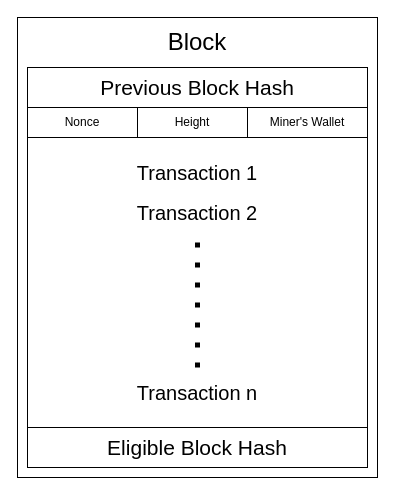
The draw.io diagram Diagrams/Block.drawio in MlgEpicBanana69/dreamveil, before the edit. Source tidied: cells renumbered, new cells numbered last; positions are measured from the earlier drawing's top-left corner, leaving out a move shared by most shapes. Both pictures are drawn from the tidied source at 100%, with x=0, y=0 at pixel (17, 17).
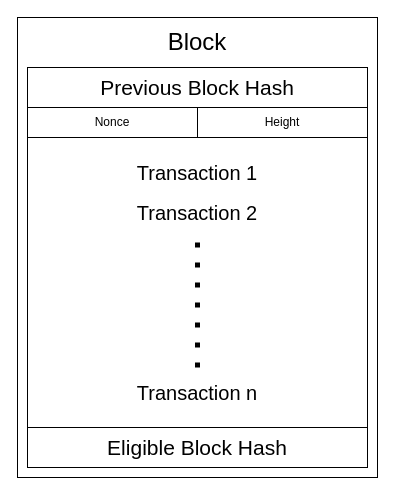
The same diagram, later.

Commit message (it also covers changes not shown here):
Corrected loads and dumps for Transaction and Block

What changed in the source:
```diff
@@
 <mxGraphModel>
   <root>
     <mxCell id="0" />
     <mxCell id="1" parent="0" />
     <mxCell id="2" style="rounded=0;whiteSpace=wrap;html=1;" parent="1" vertex="1">
       <mxGeometry width="360" height="460" as="geometry" />
     </mxCell>
     <mxCell id="3" style="rounded=0;whiteSpace=wrap;html=1;" parent="1" vertex="1">
       <mxGeometry x="10" y="70" width="340" height="340" as="geometry" />
     </mxCell>
     <mxCell id="4" value="Previous Block Hash" style="rounded=0;whiteSpace=wrap;html=1;fontSize=21;" parent="1" vertex="1">
       <mxGeometry x="10" y="50" width="340" height="40" as="geometry" />
     </mxCell>
     <mxCell id="5" value="Eligible Block Hash" style="rounded=0;whiteSpace=wrap;html=1;fontSize=21;" parent="1" vertex="1">
       <mxGeometry x="10" y="410" width="340" height="40" as="geometry" />
     </mxCell>
     <mxCell id="6" value="Transaction 1" style="text;html=1;strokeColor=none;fillColor=none;align=center;verticalAlign=middle;whiteSpace=wrap;rounded=0;fontSize=20;" parent="1" vertex="1">
       <mxGeometry x="80" y="130" width="200" height="50" as="geometry" />
     </mxCell>
     <mxCell id="7" value="Transaction 2" style="text;html=1;strokeColor=none;fillColor=none;align=center;verticalAlign=middle;whiteSpace=wrap;rounded=0;fontSize=20;" parent="1" vertex="1">
       <mxGeometry x="80" y="170" width="200" height="50" as="geometry" />
     </mxCell>
     <mxCell id="8" value="Transaction n" style="text;html=1;strokeColor=none;fillColor=none;align=center;verticalAlign=middle;whiteSpace=wrap;rounded=0;fontSize=20;" parent="1" vertex="1">
       <mxGeometry x="80" y="350" width="200" height="50" as="geometry" />
     </mxCell>
     <mxCell id="9" style="endArrow=none;dashed=1;html=1;dashPattern=1 3;strokeWidth=5;rounded=0;fontSize=20;entryX=0.5;entryY=1;entryDx=0;entryDy=0;exitX=0.5;exitY=0;exitDx=0;exitDy=0;jumpSize=17;jumpStyle=none;endSize=6;" parent="1" edge="1" source="8" target="7">
       <mxGeometry relative="1" as="geometry" />
     </mxCell>
     <mxCell id="10" value="Height" style="rounded=0;whiteSpace=wrap;html=1;" parent="1" vertex="1">
-      <mxGeometry x="120" y="90" width="110" height="30" as="geometry" />
+      <mxGeometry x="180" y="90" width="170" height="30" as="geometry" />
     </mxCell>
-    <mxCell id="11" value="Miner's Wallet" style="rounded=0;whiteSpace=wrap;html=1;" parent="1" vertex="1">
-      <mxGeometry x="230" y="90" width="120" height="30" as="geometry" />
-    </mxCell>
     <mxCell id="12" value="Nonce" style="rounded=0;whiteSpace=wrap;html=1;" parent="1" vertex="1">
-      <mxGeometry x="10" y="90" width="110" height="30" as="geometry" />
+      <mxGeometry x="10" y="90" width="170" height="30" as="geometry" />
     </mxCell>
     <mxCell id="13" value="Block" style="text;html=1;strokeColor=none;fillColor=none;align=center;verticalAlign=middle;whiteSpace=wrap;rounded=0;fontSize=24;" parent="1" vertex="1">
       <mxGeometry x="145" y="10" width="70" height="30" as="geometry" />
     </mxCell>
   </root>
 </mxGraphModel>
```
